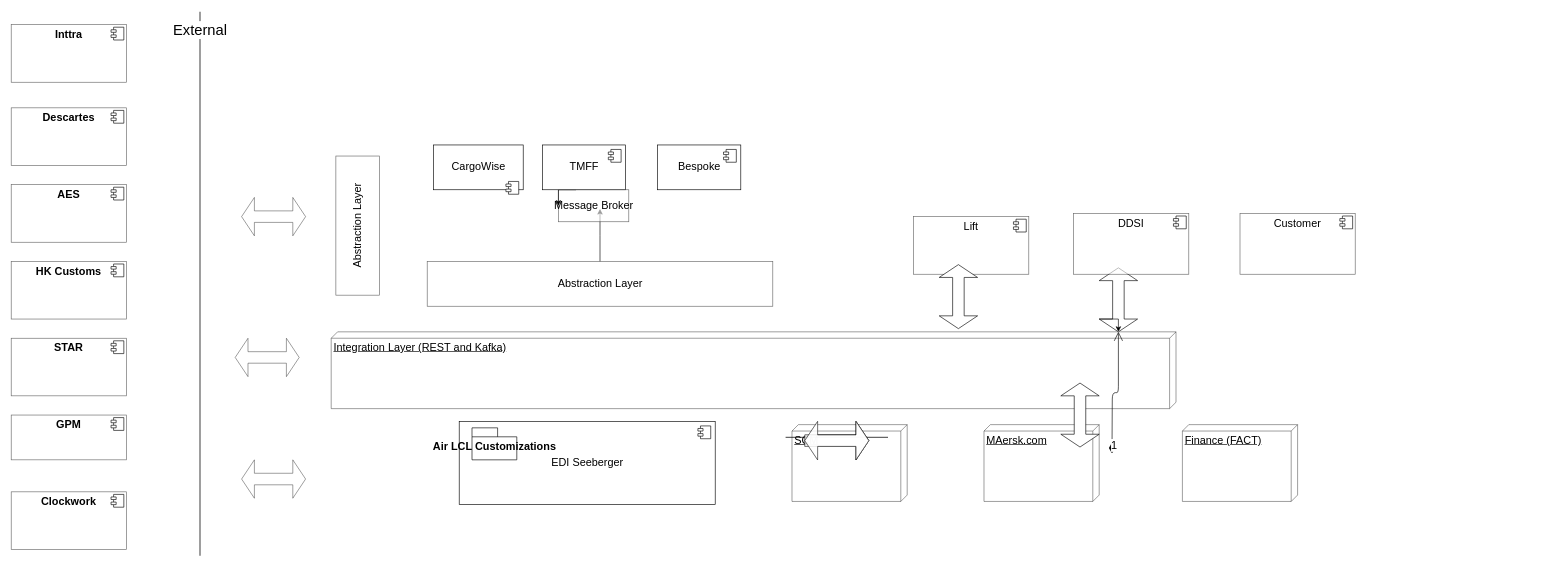
Before: page "Page-1" (1 of 2) of docs/Untitled Diagram.drawio in CathalGGallagher/root2, a draw.io diagram. Source tidied: cells renumbered, new cells numbered last; positions are measured from the earlier drawing's top-left corner, leaving out a move shared by most shapes. Both pictures are drawn from the tidied source at 64%, with x=0, y=0 at pixel (11, 12).
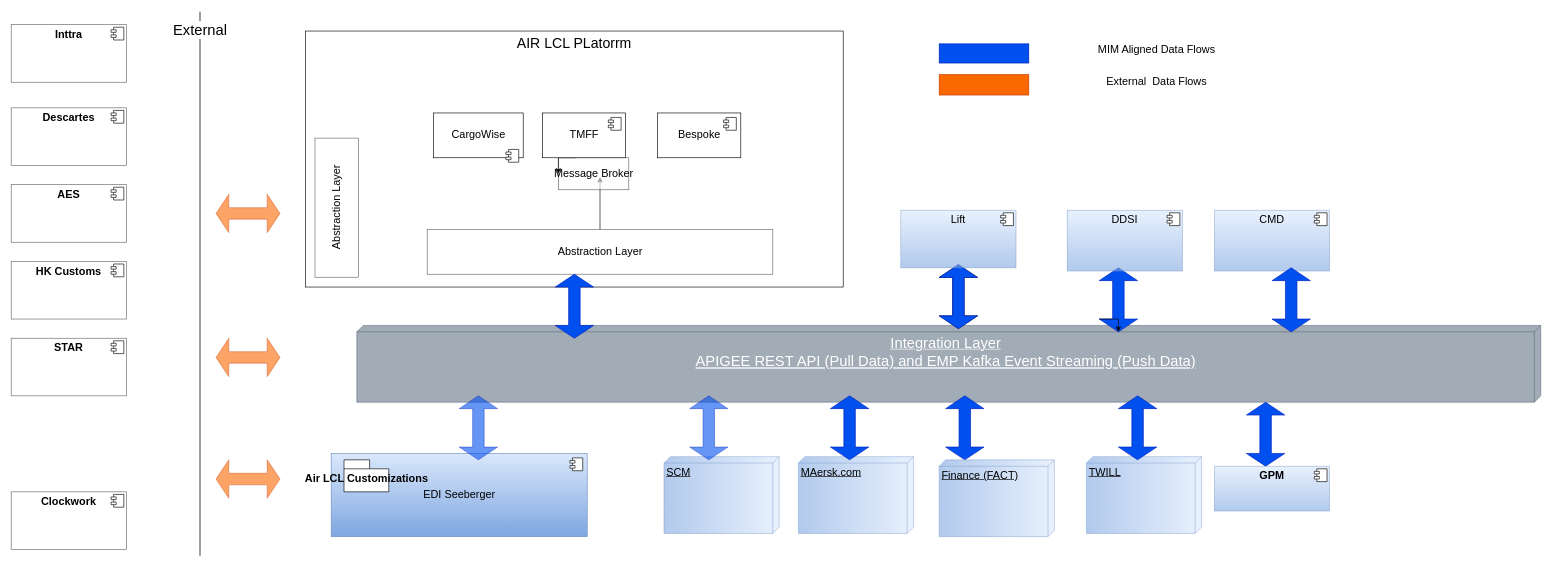
Above is the later version.

Change to the diagram source:
```diff
@@
-<mxGraphModel background="#ffffff">
+<mxGraphModel>
@@
+    <mxCell id="54" value="&lt;div style=&quot;font-size: 22px&quot;&gt;AIR LCL PLatorrm&lt;/div&gt;" style="rounded=0;whiteSpace=wrap;html=1;sketch=0;fontSize=17;align=center;verticalAlign=top;" parent="1" vertex="1">
+      <mxGeometry x="460" y="30" width="840" height="400" as="geometry" />
+    </mxCell>
     <mxCell id="2" style="edgeStyle=orthogonalEdgeStyle;rounded=0;jettySize=auto;html=1;fontSize=17;exitX=0.5;exitY=0;exitDx=0;exitDy=0;" parent="1" edge="1" source="3">
       <mxGeometry relative="1" as="geometry">
-        <mxPoint x="920" y="308" as="targetPoint" />
+        <mxPoint x="920" y="258" as="targetPoint" />
       </mxGeometry>
     </mxCell>
     <mxCell id="3" value="Abstraction Layer" style="html=1;opacity=60;fontSize=17;" parent="1" vertex="1">
-      <mxGeometry x="650" y="390" width="540" height="70" as="geometry" />
+      <mxGeometry x="650" y="340" width="540" height="70" as="geometry" />
     </mxCell>
-    <mxCell id="4" value="EDI Seeberger" style="html=1;fontSize=17;" parent="1" vertex="1">
-      <mxGeometry x="700" y="640" width="400" height="130" as="geometry" />
+    <mxCell id="4" value="EDI Seeberger" style="html=1;fontSize=17;gradientColor=#7ea6e0;fillColor=#dae8fc;strokeColor=#6c8ebf;" parent="1" vertex="1">
+      <mxGeometry x="500" y="690" width="400" height="130" as="geometry" />
     </mxCell>
@@
     <mxCell id="6" value="Air LCL Customizations" style="shape=folder;fontStyle=1;spacingTop=10;tabWidth=40;tabHeight=14;tabPosition=left;html=1;fontSize=17;" parent="1" vertex="1">
-      <mxGeometry x="720" y="650" width="70" height="50" as="geometry" />
+      <mxGeometry x="520" y="700" width="70" height="50" as="geometry" />
     </mxCell>
-    <mxCell id="7" value="&lt;font style=&quot;font-size: 17px;&quot;&gt;Integration Layer (REST and Kafka)&lt;/font&gt;" style="verticalAlign=top;align=left;spacingTop=8;spacingLeft=2;spacingRight=12;shape=cube;size=10;direction=south;fontStyle=4;html=1;opacity=60;fontSize=17;" parent="1" vertex="1">
-      <mxGeometry x="500" y="500" width="1320" height="120" as="geometry" />
+    <mxCell id="7" value="&lt;font style=&quot;font-size: 23px&quot;&gt;Integration Layer &lt;br&gt;&lt;div&gt;&lt;span&gt;APIGEE REST API (Pull Data) and EMP Kafka Event Streaming (Push Data)&lt;/span&gt;&lt;/div&gt;&lt;/font&gt;" style="verticalAlign=top;align=center;spacingTop=8;spacingLeft=2;spacingRight=12;shape=cube;size=10;direction=south;fontStyle=4;html=1;opacity=60;fontSize=17;fillColor=#647687;strokeColor=#314354;fontColor=#ffffff;" parent="1" vertex="1">
+      <mxGeometry x="540" y="490" width="1850" height="120" as="geometry" />
     </mxCell>
     <mxCell id="8" value="Message Broker" style="html=1;opacity=60;fontSize=17;" parent="1" vertex="1">
-      <mxGeometry x="855" y="278" width="110" height="50" as="geometry" />
+      <mxGeometry x="855" y="228" width="110" height="50" as="geometry" />
     </mxCell>
@@
     <mxCell id="10" value="CargoWise" style="html=1;fontSize=17;" parent="1" vertex="1">
-      <mxGeometry x="660" y="208" width="140" height="70" as="geometry" />
+      <mxGeometry x="660" y="158" width="140" height="70" as="geometry" />
     </mxCell>
@@
     <mxCell id="12" value="TMFF" style="html=1;fontSize=17;" parent="1" vertex="1">
-      <mxGeometry x="830" y="208" width="130" height="70" as="geometry" />
+      <mxGeometry x="830" y="158" width="130" height="70" as="geometry" />
     </mxCell>
@@
     <mxCell id="14" value="Bespoke" style="html=1;fontSize=17;" parent="1" vertex="1">
-      <mxGeometry x="1010" y="208" width="130" height="70" as="geometry" />
+      <mxGeometry x="1010" y="158" width="130" height="70" as="geometry" />
     </mxCell>
@@
-    <mxCell id="16" value="MAersk.com" style="verticalAlign=top;align=left;spacingTop=8;spacingLeft=2;spacingRight=12;shape=cube;size=10;direction=south;fontStyle=4;html=1;opacity=60;fontSize=17;" parent="1" vertex="1">
-      <mxGeometry x="1520" y="645" width="180" height="120" as="geometry" />
+    <mxCell id="16" value="MAersk.com" style="verticalAlign=top;align=left;spacingTop=8;spacingLeft=2;spacingRight=12;shape=cube;size=10;direction=south;fontStyle=4;html=1;opacity=60;fontSize=17;gradientColor=#7ea6e0;fillColor=#dae8fc;strokeColor=#6c8ebf;" parent="1" vertex="1">
+      <mxGeometry x="1230" y="695" width="180" height="120" as="geometry" />
     </mxCell>
-    <mxCell id="17" value="SCM" style="verticalAlign=top;align=left;spacingTop=8;spacingLeft=2;spacingRight=12;shape=cube;size=10;direction=south;fontStyle=4;html=1;opacity=60;fontSize=17;" parent="1" vertex="1">
-      <mxGeometry x="1220" y="645" width="180" height="120" as="geometry" />
+    <mxCell id="17" value="SCM" style="verticalAlign=top;align=left;spacingTop=8;spacingLeft=2;spacingRight=12;shape=cube;size=10;direction=south;fontStyle=4;html=1;opacity=60;fontSize=17;gradientColor=#7ea6e0;fillColor=#dae8fc;strokeColor=#6c8ebf;" parent="1" vertex="1">
+      <mxGeometry x="1020" y="695" width="180" height="120" as="geometry" />
     </mxCell>
-    <mxCell id="18" value="&lt;p style=&quot;margin: 6px 0px 0px; text-align: center; font-size: 17px;&quot;&gt;Lift&lt;/p&gt;" style="align=left;overflow=fill;html=1;opacity=60;fontSize=17;" parent="1" vertex="1">
-      <mxGeometry x="1410" y="320" width="180" height="90" as="geometry" />
-    </mxCell>
-    <mxCell id="19" style="shape=component;jettyWidth=8;jettyHeight=4;fontSize=17;" parent="18" vertex="1">
-      <mxGeometry x="1" width="20" height="20" relative="1" as="geometry">
-        <mxPoint x="-24" y="4" as="offset" />
-      </mxGeometry>
-    </mxCell>
-    <mxCell id="20" value="1" style="endArrow=open;html=1;endSize=12;startArrow=diamondThin;startSize=14;startFill=1;edgeStyle=orthogonalEdgeStyle;align=left;verticalAlign=bottom;fontSize=17;" parent="1" edge="1" target="21">
-      <mxGeometry x="-1" y="3" relative="1" as="geometry">
-        <mxPoint x="1720" y="690" as="sourcePoint" />
-      </mxGeometry>
-    </mxCell>
-    <mxCell id="21" style="shape=doubleArrow;whiteSpace=wrap;html=1;rotation=90;" parent="1" vertex="1">
+    <mxCell id="21" style="shape=doubleArrow;whiteSpace=wrap;html=1;rotation=90;fillColor=#0050ef;strokeColor=#001DBC;fontColor=#ffffff;" parent="1" vertex="1">
       <mxGeometry x="1680" y="420" width="100" height="60" as="geometry" />
     </mxCell>
@@
-    <mxCell id="24" style="shape=doubleArrow;whiteSpace=wrap;html=1;rotation=90;" parent="1" vertex="1">
-      <mxGeometry x="1620" y="600" width="100" height="60" as="geometry" />
+    <mxCell id="24" style="shape=doubleArrow;whiteSpace=wrap;html=1;rotation=90;fillColor=#0050ef;strokeColor=#001DBC;fontColor=#ffffff;" parent="1" vertex="1">
+      <mxGeometry x="1440" y="620" width="100" height="60" as="geometry" />
     </mxCell>
-    <mxCell id="25" value="&lt;p style=&quot;margin: 6px 0px 0px ; text-align: center ; font-size: 17px&quot;&gt;DDSI&lt;/p&gt;" style="align=left;overflow=fill;html=1;opacity=60;fontSize=17;" parent="1" vertex="1">
-      <mxGeometry x="1660" y="315" width="180" height="95" as="geometry" />
-    </mxCell>
-    <mxCell id="26" style="shape=component;jettyWidth=8;jettyHeight=4;fontSize=17;" parent="25" vertex="1">
-      <mxGeometry x="1" width="20" height="20" relative="1" as="geometry">
-        <mxPoint x="-24" y="4" as="offset" />
-      </mxGeometry>
-    </mxCell>
-    <mxCell id="27" style="line;strokeWidth=2;html=1;fontSize=17;opacity=60;" parent="1" vertex="1">
-      <mxGeometry x="1210" y="660" width="160" height="10" as="geometry" />
-    </mxCell>
@@
-    <mxCell id="29" value="&lt;p style=&quot;margin: 6px 0px 0px ; text-align: center ; font-size: 17px&quot;&gt;Customer&lt;/p&gt;" style="align=left;overflow=fill;html=1;opacity=60;fontSize=17;" parent="1" vertex="1">
-      <mxGeometry x="1920" y="315" width="180" height="95" as="geometry" />
-    </mxCell>
-    <mxCell id="30" style="shape=component;jettyWidth=8;jettyHeight=4;fontSize=17;" parent="29" vertex="1">
-      <mxGeometry x="1" width="20" height="20" relative="1" as="geometry">
-        <mxPoint x="-24" y="4" as="offset" />
-      </mxGeometry>
-    </mxCell>
-    <mxCell id="31" value="Finance (FACT)" style="verticalAlign=top;align=left;spacingTop=8;spacingLeft=2;spacingRight=12;shape=cube;size=10;direction=south;fontStyle=4;html=1;fontSize=17;opacity=60;" parent="1" vertex="1">
-      <mxGeometry x="1830" y="645" width="180" height="120" as="geometry" />
-    </mxCell>
@@
-    <mxCell id="44" value="&lt;p style=&quot;margin: 0px ; margin-top: 6px ; text-align: center&quot;&gt;&lt;b&gt;GPM&lt;/b&gt;&lt;/p&gt;" style="align=left;overflow=fill;html=1;fontSize=17;opacity=60;" parent="1" vertex="1">
-      <mxGeometry y="630" width="180" height="70" as="geometry" />
-    </mxCell>
-    <mxCell id="45" style="shape=component;jettyWidth=8;jettyHeight=4;" parent="44" vertex="1">
-      <mxGeometry x="1" width="20" height="20" relative="1" as="geometry">
-        <mxPoint x="-24" y="4" as="offset" />
-      </mxGeometry>
-    </mxCell>
-    <mxCell id="46" style="shape=singleArrow;whiteSpace=wrap;html=1;fontSize=17;opacity=60;" parent="1" vertex="1">
-      <mxGeometry x="1240" y="640" width="100" height="60" as="geometry" />
-    </mxCell>
-    <mxCell id="47" style="shape=singleArrow;whiteSpace=wrap;html=1;fontSize=17;opacity=60;" parent="1" vertex="1">
-      <mxGeometry x="1240" y="640" width="100" height="60" as="geometry" />
-    </mxCell>
-    <mxCell id="48" style="shape=doubleArrow;whiteSpace=wrap;html=1;fontSize=17;opacity=60;" parent="1" vertex="1">
-      <mxGeometry x="1240" y="640" width="100" height="60" as="geometry" />
+    <mxCell id="48" style="shape=doubleArrow;whiteSpace=wrap;html=1;fontSize=17;opacity=60;rotation=90;fillColor=#0050ef;strokeColor=#001DBC;fontColor=#ffffff;" parent="1" vertex="1">
+      <mxGeometry x="1040" y="620" width="100" height="60" as="geometry" />
     </mxCell>
-    <mxCell id="49" style="shape=doubleArrow;whiteSpace=wrap;html=1;fontSize=17;opacity=60;" parent="1" vertex="1">
-      <mxGeometry x="1240" y="640" width="100" height="60" as="geometry" />
-    </mxCell>
-    <mxCell id="50" style="shape=doubleArrow;whiteSpace=wrap;html=1;fontSize=17;opacity=60;" parent="1" vertex="1">
-      <mxGeometry x="350" y="510" width="100" height="60" as="geometry" />
+    <mxCell id="50" style="shape=doubleArrow;whiteSpace=wrap;html=1;fontSize=17;opacity=60;fillColor=#fa6800;strokeColor=#C73500;fontColor=#ffffff;" parent="1" vertex="1">
+      <mxGeometry x="320" y="510" width="100" height="60" as="geometry" />
     </mxCell>
-    <mxCell id="51" style="shape=doubleArrow;whiteSpace=wrap;html=1;fontSize=17;opacity=60;" parent="1" vertex="1">
-      <mxGeometry x="360" y="700" width="100" height="60" as="geometry" />
+    <mxCell id="51" style="shape=doubleArrow;whiteSpace=wrap;html=1;fontSize=17;opacity=60;fillColor=#fa6800;strokeColor=#C73500;fontColor=#ffffff;" parent="1" vertex="1">
+      <mxGeometry x="320" y="700" width="100" height="60" as="geometry" />
     </mxCell>
     <mxCell id="52" value="Abstraction Layer" style="html=1;opacity=60;fontSize=17;rotation=-90;" parent="1" vertex="1">
-      <mxGeometry x="432.6" y="300" width="217.4" height="68" as="geometry" />
+      <mxGeometry x="400" y="272" width="217.4" height="68" as="geometry" />
     </mxCell>
-    <mxCell id="53" style="shape=doubleArrow;whiteSpace=wrap;html=1;fontSize=17;opacity=60;" parent="1" vertex="1">
-      <mxGeometry x="360" y="290" width="100" height="60" as="geometry" />
+    <mxCell id="53" style="shape=doubleArrow;whiteSpace=wrap;html=1;fontSize=17;opacity=60;fillColor=#fa6800;strokeColor=#C73500;fontColor=#ffffff;" parent="1" vertex="1">
+      <mxGeometry x="320" y="285" width="100" height="60" as="geometry" />
     </mxCell>
+    <mxCell id="55" style="shape=doubleArrow;whiteSpace=wrap;html=1;rotation=90;fillColor=#0050ef;strokeColor=#001DBC;fontColor=#ffffff;" parent="1" vertex="1">
+      <mxGeometry x="1910" y="630" width="100" height="60" as="geometry" />
+    </mxCell>
+    <mxCell id="56" style="shape=doubleArrow;whiteSpace=wrap;html=1;rotation=90;fillColor=#0050ef;strokeColor=#001DBC;fontColor=#ffffff;" parent="1" vertex="1">
+      <mxGeometry x="830" y="430" width="100" height="60" as="geometry" />
+    </mxCell>
+    <mxCell id="57" style="shape=doubleArrow;whiteSpace=wrap;html=1;rotation=90;fillColor=#0050ef;strokeColor=#001DBC;fontColor=#ffffff;" parent="1" vertex="1">
+      <mxGeometry x="1430" y="415" width="100" height="60" as="geometry" />
+    </mxCell>
+    <mxCell id="58" style="rounded=0;whiteSpace=wrap;html=1;sketch=0;fillColor=#0050ef;strokeColor=#001DBC;fontColor=#ffffff;" parent="1" vertex="1">
+      <mxGeometry x="1450" y="50" width="140" height="30" as="geometry" />
+    </mxCell>
+    <mxCell id="59" value="MIM Aligned Data Flows" style="text;html=1;strokeColor=none;fillColor=none;align=center;verticalAlign=middle;whiteSpace=wrap;rounded=0;sketch=0;fontSize=17;" parent="1" vertex="1">
+      <mxGeometry x="1650" y="40" width="280" height="40" as="geometry" />
+    </mxCell>
+    <mxCell id="60" style="shape=doubleArrow;whiteSpace=wrap;html=1;rotation=90;fillColor=#0050ef;strokeColor=#001DBC;fontColor=#ffffff;" parent="1" vertex="1">
+      <mxGeometry x="1260" y="620" width="100" height="60" as="geometry" />
+    </mxCell>
+    <mxCell id="61" style="rounded=0;whiteSpace=wrap;html=1;sketch=0;fontSize=17;strokeColor=#C73500;fillColor=#fa6800;fontColor=#ffffff;" parent="1" vertex="1">
+      <mxGeometry x="1450" y="98" width="140" height="32" as="geometry" />
+    </mxCell>
+    <mxCell id="62" value="External&amp;nbsp; Data Flows" style="text;html=1;strokeColor=none;fillColor=none;align=center;verticalAlign=middle;whiteSpace=wrap;rounded=0;sketch=0;fontSize=17;" parent="1" vertex="1">
+      <mxGeometry x="1650" y="90" width="280" height="40" as="geometry" />
+    </mxCell>
+    <mxCell id="18" value="&lt;p style=&quot;margin: 6px 0px 0px; text-align: center; font-size: 17px;&quot;&gt;Lift&lt;/p&gt;" style="align=left;overflow=fill;html=1;opacity=60;fontSize=17;gradientColor=#7ea6e0;fillColor=#dae8fc;strokeColor=#6c8ebf;" parent="1" vertex="1">
+      <mxGeometry x="1390" y="310" width="180" height="90" as="geometry" />
+    </mxCell>
+    <mxCell id="63" style="shape=component;jettyWidth=8;jettyHeight=4;fontSize=17;" parent="18" vertex="1">
+      <mxGeometry x="1" width="20" height="20" relative="1" as="geometry">
+        <mxPoint x="-24" y="4" as="offset" />
+      </mxGeometry>
+    </mxCell>
+    <mxCell id="25" value="&lt;p style=&quot;margin: 6px 0px 0px ; text-align: center ; font-size: 17px&quot;&gt;DDSI&lt;/p&gt;" style="align=left;overflow=fill;html=1;opacity=60;fontSize=17;gradientColor=#7ea6e0;fillColor=#dae8fc;strokeColor=#6c8ebf;" parent="1" vertex="1">
+      <mxGeometry x="1650" y="310" width="180" height="95" as="geometry" />
+    </mxCell>
+    <mxCell id="64" style="shape=component;jettyWidth=8;jettyHeight=4;fontSize=17;" parent="25" vertex="1">
+      <mxGeometry x="1" width="20" height="20" relative="1" as="geometry">
+        <mxPoint x="-24" y="4" as="offset" />
+      </mxGeometry>
+    </mxCell>
+    <mxCell id="65" value="&lt;p style=&quot;margin: 6px 0px 0px ; text-align: center ; font-size: 17px&quot;&gt;CMD&lt;/p&gt;" style="align=left;overflow=fill;html=1;opacity=60;fontSize=17;gradientColor=#7ea6e0;fillColor=#dae8fc;strokeColor=#6c8ebf;" parent="1" vertex="1">
+      <mxGeometry x="1880" y="310" width="180" height="95" as="geometry" />
+    </mxCell>
+    <mxCell id="66" style="shape=component;jettyWidth=8;jettyHeight=4;fontSize=17;" parent="65" vertex="1">
+      <mxGeometry x="1" width="20" height="20" relative="1" as="geometry">
+        <mxPoint x="-24" y="4" as="offset" />
+      </mxGeometry>
+    </mxCell>
+    <mxCell id="44" value="&lt;p style=&quot;margin: 0px ; margin-top: 6px ; text-align: center&quot;&gt;&lt;b&gt;GPM&lt;/b&gt;&lt;/p&gt;" style="align=left;overflow=fill;html=1;fontSize=17;opacity=60;gradientColor=#7ea6e0;fillColor=#dae8fc;strokeColor=#6c8ebf;" parent="1" vertex="1">
+      <mxGeometry x="1880" y="710" width="180" height="70" as="geometry" />
+    </mxCell>
+    <mxCell id="67" style="shape=component;jettyWidth=8;jettyHeight=4;" parent="44" vertex="1">
+      <mxGeometry x="1" width="20" height="20" relative="1" as="geometry">
+        <mxPoint x="-24" y="4" as="offset" />
+      </mxGeometry>
+    </mxCell>
+    <mxCell id="68" style="shape=doubleArrow;whiteSpace=wrap;html=1;rotation=90;fillColor=#0050ef;strokeColor=#001DBC;fontColor=#ffffff;" parent="1" vertex="1">
+      <mxGeometry x="1950" y="420" width="100" height="60" as="geometry" />
+    </mxCell>
+    <mxCell id="31" value="Finance (FACT)" style="verticalAlign=top;align=left;spacingTop=8;spacingLeft=2;spacingRight=12;shape=cube;size=10;direction=south;fontStyle=4;html=1;fontSize=17;opacity=60;gradientColor=#7ea6e0;fillColor=#dae8fc;strokeColor=#6c8ebf;" parent="1" vertex="1">
+      <mxGeometry x="1450" y="700" width="180" height="120" as="geometry" />
+    </mxCell>
+    <mxCell id="69" value="TWILL" style="verticalAlign=top;align=left;spacingTop=8;spacingLeft=2;spacingRight=12;shape=cube;size=10;direction=south;fontStyle=4;html=1;fontSize=17;opacity=60;gradientColor=#7ea6e0;fillColor=#dae8fc;strokeColor=#6c8ebf;" parent="1" vertex="1">
+      <mxGeometry x="1680" y="695" width="180" height="120" as="geometry" />
+    </mxCell>
+    <mxCell id="70" style="shape=doubleArrow;whiteSpace=wrap;html=1;rotation=90;fillColor=#0050ef;strokeColor=#001DBC;fontColor=#ffffff;" parent="1" vertex="1">
+      <mxGeometry x="1710" y="620" width="100" height="60" as="geometry" />
+    </mxCell>
+    <mxCell id="71" style="shape=doubleArrow;whiteSpace=wrap;html=1;fontSize=17;opacity=60;rotation=90;fillColor=#0050ef;strokeColor=#001DBC;fontColor=#ffffff;" parent="1" vertex="1">
+      <mxGeometry x="680" y="620" width="100" height="60" as="geometry" />
+    </mxCell>
```
